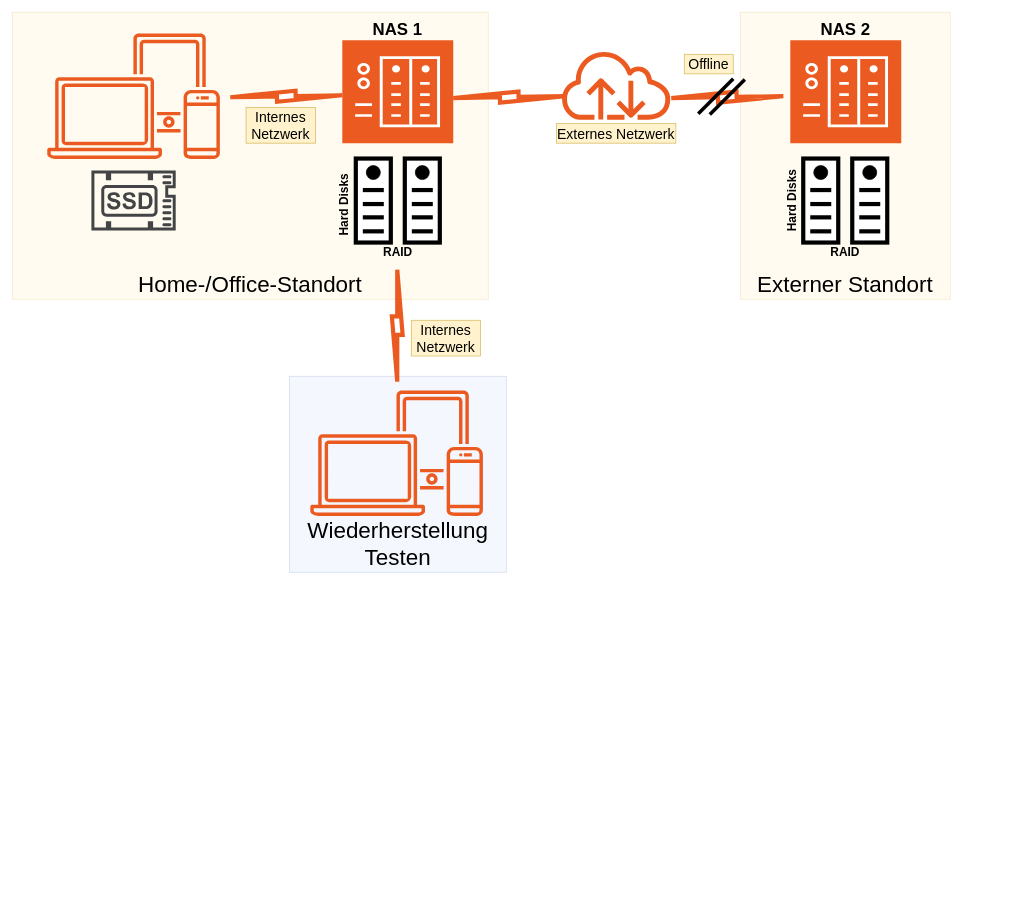
Above: SmarterTec Data Management 3-2-1-1-0.drawio in noelchiocchetti/SmarterTec (draw.io), before the change. Source tidied: cells renumbered, new cells numbered last; positions are measured from the earlier drawing's top-left corner, leaving out a move shared by most shapes. Both pictures are drawn from the tidied source at 70%, with x=0, y=0 at pixel (12, 12).
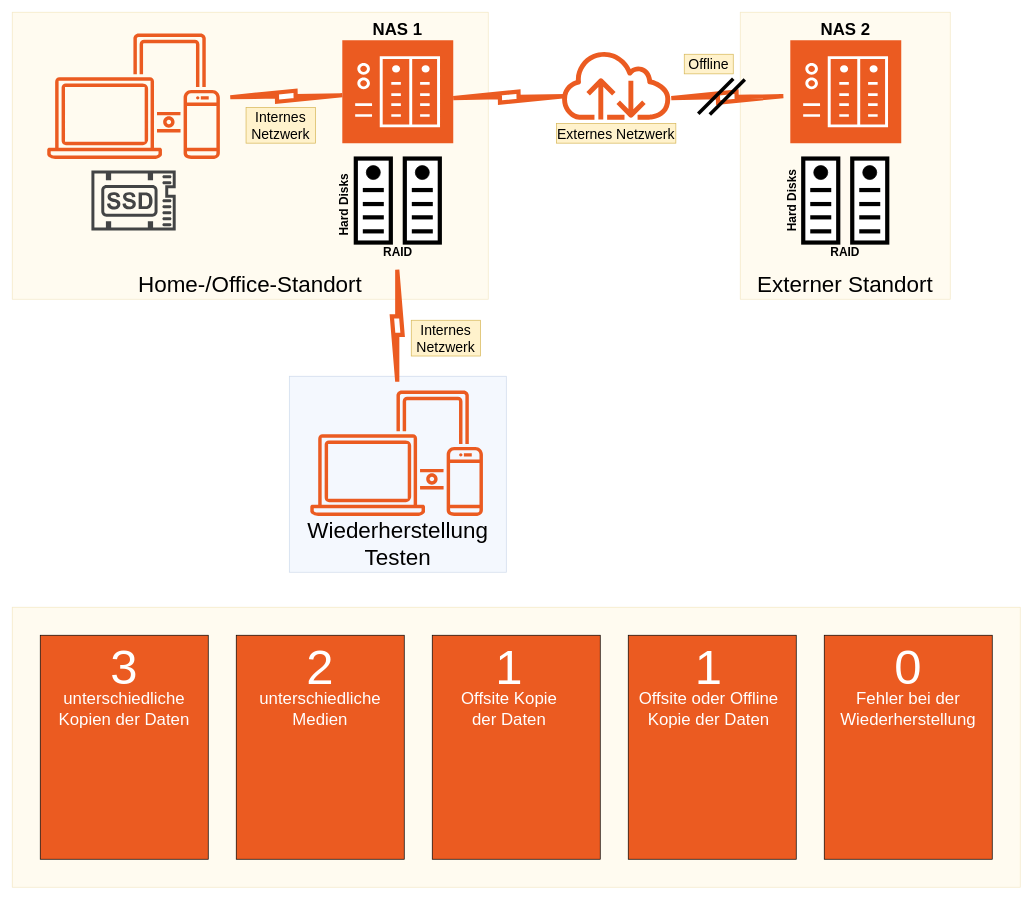
After the change.

Diff of the diagram source:
```diff
@@
+    <mxCell id="57" style="rounded=0;whiteSpace=wrap;html=1;fillColor=#FFF2CC;strokeColor=#d6b656;opacity=30;" parent="1" vertex="1">
+      <mxGeometry y="850" width="1440" height="400" as="geometry" />
+    </mxCell>
+    <mxCell id="58" style="rounded=0;whiteSpace=wrap;html=1;fillColor=#EB5B21;" parent="1" vertex="1">
+      <mxGeometry x="40" y="890" width="240" height="320" as="geometry" />
+    </mxCell>
+    <mxCell id="59" style="rounded=0;whiteSpace=wrap;html=1;fillColor=#EB5B21;" parent="1" vertex="1">
+      <mxGeometry x="320" y="890" width="240" height="320" as="geometry" />
+    </mxCell>
+    <mxCell id="60" style="rounded=0;whiteSpace=wrap;html=1;fillColor=#EB5B21;" parent="1" vertex="1">
+      <mxGeometry x="600" y="890" width="240" height="320" as="geometry" />
+    </mxCell>
+    <mxCell id="61" style="rounded=0;whiteSpace=wrap;html=1;fillColor=#EB5B21;" parent="1" vertex="1">
+      <mxGeometry x="880" y="890" width="240" height="320" as="geometry" />
+    </mxCell>
+    <mxCell id="62" style="rounded=0;whiteSpace=wrap;html=1;fillColor=#EB5B21;" parent="1" vertex="1">
+      <mxGeometry x="1160" y="890" width="240" height="320" as="geometry" />
+    </mxCell>
+    <mxCell id="63" value="3" style="text;html=1;whiteSpace=wrap;strokeColor=none;fillColor=none;align=center;verticalAlign=middle;rounded=0;fontSize=70;fontColor=#FFFFFF;" parent="1" vertex="1">
+      <mxGeometry x="130" y="920" width="60" height="30" as="geometry" />
+    </mxCell>
+    <mxCell id="64" value="2" style="text;html=1;whiteSpace=wrap;strokeColor=none;fillColor=none;align=center;verticalAlign=middle;rounded=0;fontSize=70;fontColor=#FFFFFF;" parent="1" vertex="1">
+      <mxGeometry x="410" y="920" width="60" height="30" as="geometry" />
+    </mxCell>
+    <mxCell id="65" value="1" style="text;html=1;whiteSpace=wrap;strokeColor=none;fillColor=none;align=center;verticalAlign=middle;rounded=0;fontSize=70;fontColor=#FFFFFF;" parent="1" vertex="1">
+      <mxGeometry x="680" y="920" width="60" height="30" as="geometry" />
+    </mxCell>
+    <mxCell id="66" value="1" style="text;html=1;whiteSpace=wrap;strokeColor=none;fillColor=none;align=center;verticalAlign=middle;rounded=0;fontSize=70;fontColor=#FFFFFF;" parent="1" vertex="1">
+      <mxGeometry x="965" y="920" width="60" height="30" as="geometry" />
+    </mxCell>
+    <mxCell id="67" value="0" style="text;html=1;whiteSpace=wrap;strokeColor=none;fillColor=none;align=center;verticalAlign=middle;rounded=0;fontSize=70;fontColor=#FFFFFF;" parent="1" vertex="1">
+      <mxGeometry x="1250" y="920" width="60" height="30" as="geometry" />
+    </mxCell>
+    <mxCell id="68" value="unterschiedliche Kopien der Daten" style="text;html=1;whiteSpace=wrap;strokeColor=none;fillColor=none;align=center;verticalAlign=middle;rounded=0;fontSize=24;fontColor=#FFFFFF;" parent="1" vertex="1">
+      <mxGeometry x="65" y="980" width="190" height="30" as="geometry" />
+    </mxCell>
+    <mxCell id="69" value="unterschiedliche Medien" style="text;html=1;whiteSpace=wrap;strokeColor=none;fillColor=none;align=center;verticalAlign=middle;rounded=0;fontSize=24;fontColor=#FFFFFF;" parent="1" vertex="1">
+      <mxGeometry x="345" y="980" width="190" height="30" as="geometry" />
+    </mxCell>
+    <mxCell id="70" value="Offsite Kopie der Daten" style="text;html=1;whiteSpace=wrap;strokeColor=none;fillColor=none;align=center;verticalAlign=middle;rounded=0;fontSize=24;fontColor=#FFFFFF;" parent="1" vertex="1">
+      <mxGeometry x="630" y="980" width="160" height="30" as="geometry" />
+    </mxCell>
+    <mxCell id="71" value="Offsite oder Offline Kopie der Daten" style="text;html=1;whiteSpace=wrap;strokeColor=none;fillColor=none;align=center;verticalAlign=middle;rounded=0;fontSize=24;fontColor=#FFFFFF;" parent="1" vertex="1">
+      <mxGeometry x="890" y="980" width="210" height="30" as="geometry" />
+    </mxCell>
+    <mxCell id="72" value="Fehler bei der Wiederherstellung" style="text;html=1;whiteSpace=wrap;strokeColor=none;fillColor=none;align=center;verticalAlign=middle;rounded=0;fontSize=24;fontColor=#FFFFFF;" parent="1" vertex="1">
+      <mxGeometry x="1185" y="980" width="190" height="30" as="geometry" />
+    </mxCell>
```
